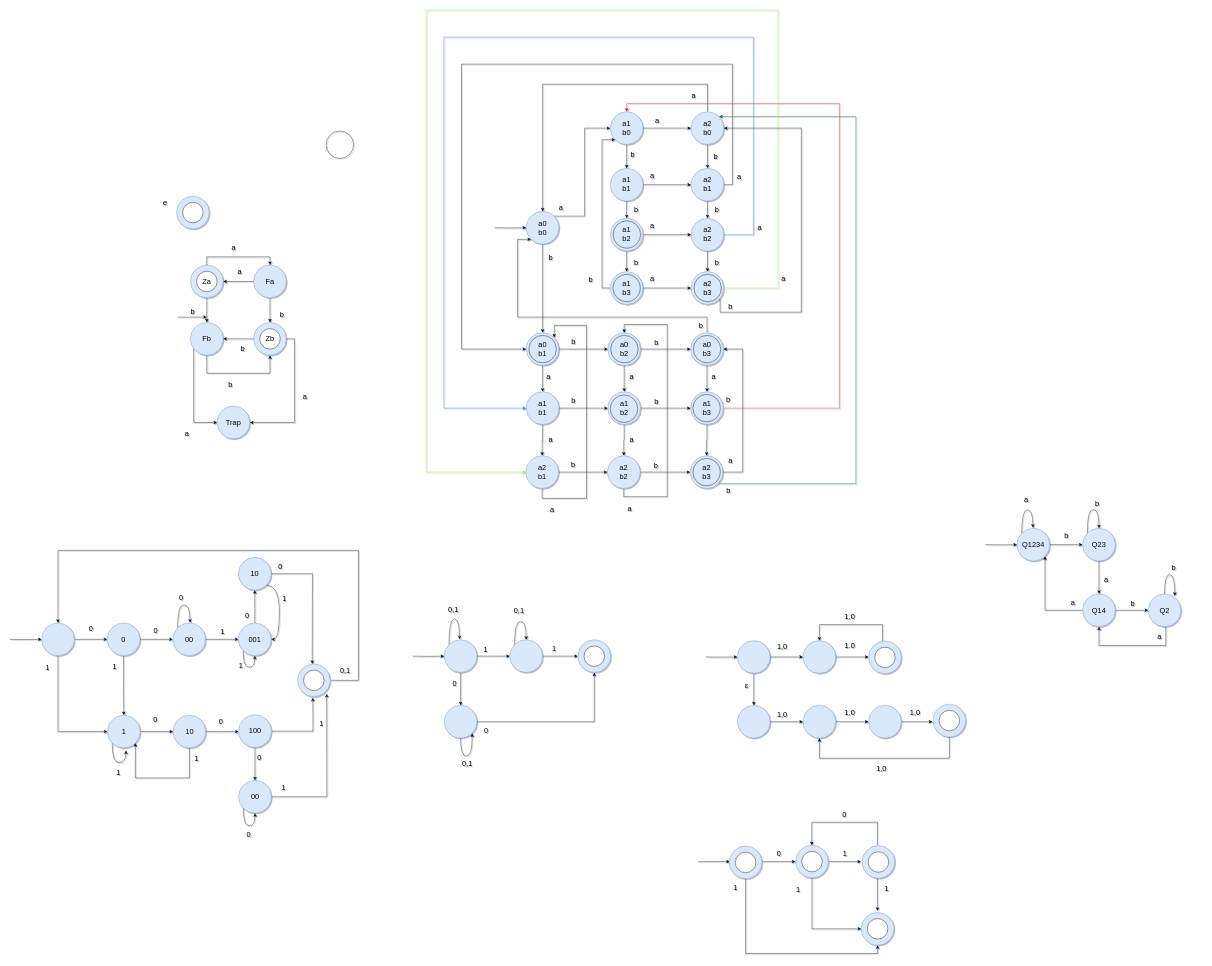
Above: HW2/HW2-P.drawio in mohsenkamini/SBU_FLA (draw.io), before the change. Source tidied: cells renumbered, new cells numbered last; positions are measured from the earlier drawing's top-left corner, leaving out a move shared by most shapes. Both pictures are drawn from the tidied source at 41%, with x=0, y=0 at pixel (10, 10).
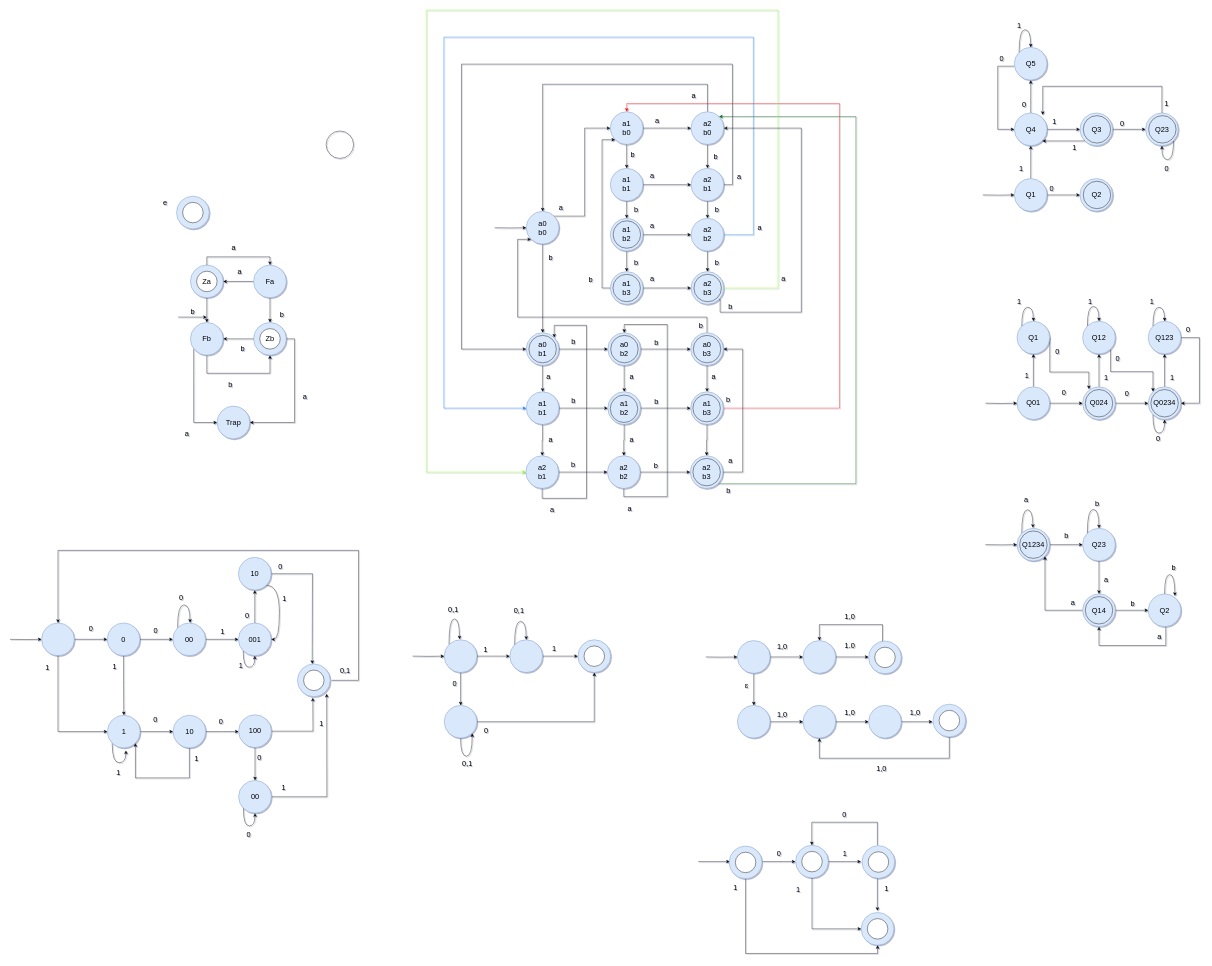
The same page after the edit.

The edit, as a diff of the source:
```diff
@@
+    <mxCell id="278" style="ellipse;whiteSpace=wrap;html=1;align=center;verticalAlign=middle;fontFamily=Helvetica;fontSize=18;fontColor=default;fillColor=none;gradientColor=none;strokeColor=#000000;" parent="1" vertex="1">
+      <mxGeometry x="2462.5" y="1270.5" width="67" height="67" as="geometry" />
+    </mxCell>
+    <mxCell id="279" style="ellipse;whiteSpace=wrap;html=1;align=center;verticalAlign=middle;fontFamily=Helvetica;fontSize=18;fontColor=default;fillColor=none;gradientColor=none;strokeColor=#000000;" parent="1" vertex="1">
+      <mxGeometry x="2622.5" y="1430.5" width="67" height="67" as="geometry" />
+    </mxCell>
+    <mxCell id="280" style="edgeStyle=orthogonalEdgeStyle;rounded=0;jettySize=auto;html=1;" parent="1" edge="1" source="282" target="285">
+      <mxGeometry relative="1" as="geometry" />
+    </mxCell>
+    <mxCell id="281" style="edgeStyle=orthogonalEdgeStyle;rounded=0;jettySize=auto;html=1;fontFamily=Helvetica;fontSize=18;fontColor=default;" parent="1" edge="1" source="282" target="289">
+      <mxGeometry relative="1" as="geometry" />
+    </mxCell>
+    <mxCell id="282" value="Q01" style="ellipse;whiteSpace=wrap;html=1;hachureGap=4;fillColor=#dae8fc;strokeColor=#6c8ebf;rounded=0;fontSize=18;" parent="1" vertex="1">
+      <mxGeometry x="2456" y="919" width="80" height="80" as="geometry" />
+    </mxCell>
+    <mxCell id="283" style="edgeStyle=orthogonalEdgeStyle;rounded=0;jettySize=auto;html=1;fontSize=18;entryX=0;entryY=0.5;entryDx=0;entryDy=0;" parent="1" edge="1" target="282">
+      <mxGeometry relative="1" as="geometry">
+        <mxPoint x="2379" y="959" as="sourcePoint" />
+      </mxGeometry>
+    </mxCell>
+    <mxCell id="284" style="edgeStyle=orthogonalEdgeStyle;rounded=0;jettySize=auto;html=1;exitX=1;exitY=0.5;exitDx=0;exitDy=0;entryX=0.191;entryY=0.069;entryDx=0;entryDy=0;fontFamily=Helvetica;fontSize=18;fontColor=default;entryPerimeter=0;" parent="1" edge="1" source="285" target="289">
+      <mxGeometry relative="1" as="geometry">
+        <Array as="points">
+          <mxPoint x="2536" y="883" />
+          <mxPoint x="2631" y="883" />
+        </Array>
+      </mxGeometry>
+    </mxCell>
+    <mxCell id="285" value="Q1" style="ellipse;whiteSpace=wrap;html=1;fontSize=18;fillColor=#dae8fc;strokeColor=#6c8ebf;hachureGap=4;rounded=0;" parent="1" vertex="1">
+      <mxGeometry x="2456" y="759" width="80" height="80" as="geometry" />
+    </mxCell>
+    <mxCell id="286" value="1" style="text;html=1;align=center;verticalAlign=middle;strokeColor=none;fillColor=none;fontSize=18;" parent="1" vertex="1">
+      <mxGeometry x="2466" y="874" width="28" height="34" as="geometry" />
+    </mxCell>
+    <mxCell id="287" style="edgeStyle=orthogonalEdgeStyle;rounded=0;jettySize=auto;html=1;fontFamily=Helvetica;fontSize=18;fontColor=default;" parent="1" edge="1" source="289" target="295">
+      <mxGeometry relative="1" as="geometry" />
+    </mxCell>
+    <mxCell id="288" style="edgeStyle=orthogonalEdgeStyle;rounded=0;jettySize=auto;html=1;fontFamily=Helvetica;fontSize=18;fontColor=default;" parent="1" edge="1" source="289" target="298">
+      <mxGeometry relative="1" as="geometry" />
+    </mxCell>
+    <mxCell id="289" value="Q024" style="ellipse;whiteSpace=wrap;html=1;fontSize=18;fillColor=#dae8fc;strokeColor=#6c8ebf;hachureGap=4;rounded=0;" parent="1" vertex="1">
+      <mxGeometry x="2616" y="919" width="80" height="80" as="geometry" />
+    </mxCell>
+    <mxCell id="290" value="0" style="text;html=1;align=center;verticalAlign=middle;strokeColor=none;fillColor=none;fontFamily=Helvetica;fontSize=18;fontColor=default;" parent="1" vertex="1">
+      <mxGeometry x="2556" y="917" width="28" height="34" as="geometry" />
+    </mxCell>
+    <mxCell id="291" value="0" style="text;html=1;align=center;verticalAlign=middle;strokeColor=none;fillColor=none;fontFamily=Helvetica;fontSize=18;fontColor=default;" parent="1" vertex="1">
+      <mxGeometry x="2540" y="817" width="28" height="34" as="geometry" />
+    </mxCell>
+    <mxCell id="292" style="edgeStyle=orthogonalEdgeStyle;rounded=0;orthogonalLoop=1;jettySize=auto;html=1;exitX=0;exitY=0;exitDx=0;exitDy=0;entryX=0.5;entryY=0;entryDx=0;entryDy=0;fontFamily=Helvetica;fontSize=18;fontColor=default;curved=1;" parent="1" edge="1" source="285" target="285">
+      <mxGeometry relative="1" as="geometry">
+        <Array as="points">
+          <mxPoint x="2468" y="725" />
+          <mxPoint x="2496" y="725" />
+        </Array>
+      </mxGeometry>
+    </mxCell>
+    <mxCell id="293" value="1" style="text;html=1;align=center;verticalAlign=middle;strokeColor=none;fillColor=none;fontFamily=Helvetica;fontSize=18;fontColor=default;" parent="1" vertex="1">
+      <mxGeometry x="2447" y="695" width="28" height="34" as="geometry" />
+    </mxCell>
+    <mxCell id="294" style="edgeStyle=orthogonalEdgeStyle;rounded=0;jettySize=auto;html=1;fontFamily=Helvetica;fontSize=18;fontColor=default;" parent="1" edge="1" source="295" target="306">
+      <mxGeometry relative="1" as="geometry" />
+    </mxCell>
+    <mxCell id="295" value="Q0234" style="ellipse;whiteSpace=wrap;html=1;fontSize=18;fillColor=#dae8fc;strokeColor=#6c8ebf;hachureGap=4;rounded=0;" parent="1" vertex="1">
+      <mxGeometry x="2776" y="919" width="80" height="80" as="geometry" />
+    </mxCell>
+    <mxCell id="296" value="0" style="text;html=1;align=center;verticalAlign=middle;strokeColor=none;fillColor=none;fontFamily=Helvetica;fontSize=18;fontColor=default;" parent="1" vertex="1">
+      <mxGeometry x="2710" y="920" width="28" height="34" as="geometry" />
+    </mxCell>
+    <mxCell id="297" style="edgeStyle=orthogonalEdgeStyle;rounded=0;jettySize=auto;html=1;exitX=1;exitY=1;exitDx=0;exitDy=0;entryX=0;entryY=0;entryDx=0;entryDy=0;fontFamily=Helvetica;fontSize=18;fontColor=default;" parent="1" edge="1" source="298" target="295">
+      <mxGeometry relative="1" as="geometry">
+        <Array as="points">
+          <mxPoint x="2684" y="882" />
+          <mxPoint x="2788" y="882" />
+        </Array>
+      </mxGeometry>
+    </mxCell>
+    <mxCell id="298" value="Q12" style="ellipse;whiteSpace=wrap;html=1;fontSize=18;fillColor=#dae8fc;strokeColor=#6c8ebf;hachureGap=4;rounded=0;" parent="1" vertex="1">
+      <mxGeometry x="2616" y="759" width="80" height="80" as="geometry" />
+    </mxCell>
+    <mxCell id="299" value="1" style="text;html=1;align=center;verticalAlign=middle;strokeColor=none;fillColor=none;fontFamily=Helvetica;fontSize=18;fontColor=default;" parent="1" vertex="1">
+      <mxGeometry x="2659" y="881" width="28" height="34" as="geometry" />
+    </mxCell>
+    <mxCell id="300" value="0" style="text;html=1;align=center;verticalAlign=middle;strokeColor=none;fillColor=none;fontFamily=Helvetica;fontSize=18;fontColor=default;" parent="1" vertex="1">
+      <mxGeometry x="2687" y="833" width="28" height="34" as="geometry" />
+    </mxCell>
+    <mxCell id="301" style="edgeStyle=orthogonalEdgeStyle;rounded=0;orthogonalLoop=1;jettySize=auto;html=1;exitX=0;exitY=0;exitDx=0;exitDy=0;entryX=0.5;entryY=0;entryDx=0;entryDy=0;fontFamily=Helvetica;fontSize=18;fontColor=default;curved=1;" parent="1" edge="1" source="298" target="298">
+      <mxGeometry relative="1" as="geometry">
+        <Array as="points">
+          <mxPoint x="2628" y="723" />
+          <mxPoint x="2656" y="723" />
+        </Array>
+      </mxGeometry>
+    </mxCell>
+    <mxCell id="302" value="1" style="text;html=1;align=center;verticalAlign=middle;strokeColor=none;fillColor=none;fontFamily=Helvetica;fontSize=18;fontColor=default;" parent="1" vertex="1">
+      <mxGeometry x="2620" y="695" width="28" height="34" as="geometry" />
+    </mxCell>
+    <mxCell id="303" style="edgeStyle=orthogonalEdgeStyle;rounded=0;orthogonalLoop=1;jettySize=auto;html=1;exitX=0;exitY=1;exitDx=0;exitDy=0;entryX=0.5;entryY=1;entryDx=0;entryDy=0;fontFamily=Helvetica;fontSize=18;fontColor=default;curved=1;" parent="1" edge="1" source="295" target="295">
+      <mxGeometry relative="1" as="geometry">
+        <Array as="points">
+          <mxPoint x="2788" y="1032" />
+          <mxPoint x="2816" y="1032" />
+        </Array>
+      </mxGeometry>
+    </mxCell>
+    <mxCell id="304" value="0" style="text;html=1;align=center;verticalAlign=middle;strokeColor=none;fillColor=none;fontFamily=Helvetica;fontSize=18;fontColor=default;" parent="1" vertex="1">
+      <mxGeometry x="2786" y="1029" width="28" height="34" as="geometry" />
+    </mxCell>
+    <mxCell id="305" style="edgeStyle=orthogonalEdgeStyle;rounded=0;jettySize=auto;html=1;entryX=1;entryY=0.5;entryDx=0;entryDy=0;fontFamily=Helvetica;fontSize=18;fontColor=default;" parent="1" edge="1" source="306" target="295">
+      <mxGeometry relative="1" as="geometry">
+        <Array as="points">
+          <mxPoint x="2901" y="799" />
+          <mxPoint x="2901" y="959" />
+        </Array>
+      </mxGeometry>
+    </mxCell>
+    <mxCell id="306" value="Q123" style="ellipse;whiteSpace=wrap;html=1;fontSize=18;fillColor=#dae8fc;strokeColor=#6c8ebf;hachureGap=4;rounded=0;" parent="1" vertex="1">
+      <mxGeometry x="2776" y="759" width="80" height="80" as="geometry" />
+    </mxCell>
+    <mxCell id="307" value="1" style="text;html=1;align=center;verticalAlign=middle;strokeColor=none;fillColor=none;fontFamily=Helvetica;fontSize=18;fontColor=default;" parent="1" vertex="1">
+      <mxGeometry x="2820" y="881" width="28" height="34" as="geometry" />
+    </mxCell>
+    <mxCell id="308" value="0" style="text;html=1;align=center;verticalAlign=middle;strokeColor=none;fillColor=none;fontFamily=Helvetica;fontSize=18;fontColor=default;" parent="1" vertex="1">
+      <mxGeometry x="2859" y="762" width="28" height="34" as="geometry" />
+    </mxCell>
+    <mxCell id="309" style="edgeStyle=orthogonalEdgeStyle;rounded=0;orthogonalLoop=1;jettySize=auto;html=1;exitX=0;exitY=0;exitDx=0;exitDy=0;entryX=0.5;entryY=0;entryDx=0;entryDy=0;fontFamily=Helvetica;fontSize=18;fontColor=default;curved=1;" parent="1" edge="1" source="306" target="306">
+      <mxGeometry relative="1" as="geometry">
+        <Array as="points">
+          <mxPoint x="2788" y="725" />
+          <mxPoint x="2816" y="725" />
+        </Array>
+      </mxGeometry>
+    </mxCell>
+    <mxCell id="310" value="1" style="text;html=1;align=center;verticalAlign=middle;strokeColor=none;fillColor=none;fontFamily=Helvetica;fontSize=18;fontColor=default;" parent="1" vertex="1">
+      <mxGeometry x="2771" y="695" width="28" height="34" as="geometry" />
+    </mxCell>
+    <mxCell id="311" style="ellipse;whiteSpace=wrap;html=1;align=center;verticalAlign=middle;fontFamily=Helvetica;fontSize=18;fontColor=default;fillColor=none;gradientColor=none;strokeColor=#000000;" parent="1" vertex="1">
+      <mxGeometry x="2622.5" y="925.5" width="67" height="67" as="geometry" />
+    </mxCell>
+    <mxCell id="312" style="ellipse;whiteSpace=wrap;html=1;align=center;verticalAlign=middle;fontFamily=Helvetica;fontSize=18;fontColor=default;fillColor=none;gradientColor=none;strokeColor=#000000;" parent="1" vertex="1">
+      <mxGeometry x="2782.5" y="925.5" width="67" height="67" as="geometry" />
+    </mxCell>
+    <mxCell id="313" style="edgeStyle=orthogonalEdgeStyle;rounded=0;jettySize=auto;html=1;fontFamily=Helvetica;fontSize=18;fontColor=default;" parent="1" edge="1" source="315" target="319">
+      <mxGeometry relative="1" as="geometry" />
+    </mxCell>
+    <mxCell id="314" style="edgeStyle=orthogonalEdgeStyle;rounded=0;jettySize=auto;html=1;fontFamily=Helvetica;fontSize=18;fontColor=default;" parent="1" edge="1" source="315" target="321">
+      <mxGeometry relative="1" as="geometry" />
+    </mxCell>
+    <mxCell id="315" value="Q1" style="ellipse;whiteSpace=wrap;html=1;hachureGap=4;fillColor=#dae8fc;strokeColor=#6c8ebf;rounded=0;fontSize=18;" parent="1" vertex="1">
+      <mxGeometry x="2449.5" y="411" width="80" height="80" as="geometry" />
+    </mxCell>
+    <mxCell id="316" style="edgeStyle=orthogonalEdgeStyle;rounded=0;jettySize=auto;html=1;fontSize=18;entryX=0;entryY=0.5;entryDx=0;entryDy=0;" parent="1" edge="1" target="315">
+      <mxGeometry relative="1" as="geometry">
+        <mxPoint x="2372.5" y="451" as="sourcePoint" />
+      </mxGeometry>
+    </mxCell>
+    <mxCell id="317" style="edgeStyle=orthogonalEdgeStyle;rounded=0;jettySize=auto;html=1;fontFamily=Helvetica;fontSize=18;fontColor=default;" parent="1" edge="1" source="319" target="324">
+      <mxGeometry relative="1" as="geometry" />
+    </mxCell>
+    <mxCell id="318" style="edgeStyle=orthogonalEdgeStyle;rounded=0;jettySize=auto;html=1;fontFamily=Helvetica;fontSize=18;fontColor=default;" parent="1" edge="1" source="319" target="327">
+      <mxGeometry relative="1" as="geometry" />
+    </mxCell>
+    <mxCell id="319" value="Q4" style="ellipse;whiteSpace=wrap;html=1;fontSize=18;fillColor=#dae8fc;strokeColor=#6c8ebf;hachureGap=4;rounded=0;" parent="1" vertex="1">
+      <mxGeometry x="2449.5" y="251" width="80" height="80" as="geometry" />
+    </mxCell>
+    <mxCell id="320" value="1" style="text;html=1;align=center;verticalAlign=middle;strokeColor=none;fillColor=none;fontFamily=Helvetica;fontSize=18;fontColor=default;" parent="1" vertex="1">
+      <mxGeometry x="2452" y="371" width="28" height="34" as="geometry" />
+    </mxCell>
+    <mxCell id="321" value="Q2" style="ellipse;whiteSpace=wrap;html=1;fontSize=18;fillColor=#dae8fc;strokeColor=#6c8ebf;hachureGap=4;rounded=0;" parent="1" vertex="1">
+      <mxGeometry x="2609.5" y="411" width="80" height="80" as="geometry" />
+    </mxCell>
+    <mxCell id="322" value="0" style="text;html=1;align=center;verticalAlign=middle;strokeColor=none;fillColor=none;fontFamily=Helvetica;fontSize=18;fontColor=default;" parent="1" vertex="1">
+      <mxGeometry x="2526" y="419" width="28" height="34" as="geometry" />
+    </mxCell>
+    <mxCell id="323" style="edgeStyle=orthogonalEdgeStyle;rounded=0;jettySize=auto;html=1;fontFamily=Helvetica;fontSize=18;fontColor=default;" parent="1" edge="1" source="324" target="331">
+      <mxGeometry relative="1" as="geometry" />
+    </mxCell>
+    <mxCell id="324" value="Q3" style="ellipse;whiteSpace=wrap;html=1;fontSize=18;fillColor=#dae8fc;strokeColor=#6c8ebf;hachureGap=4;rounded=0;" parent="1" vertex="1">
+      <mxGeometry x="2609.5" y="251" width="80" height="80" as="geometry" />
+    </mxCell>
+    <mxCell id="325" value="1" style="text;html=1;align=center;verticalAlign=middle;strokeColor=none;fillColor=none;fontFamily=Helvetica;fontSize=18;fontColor=default;" parent="1" vertex="1">
+      <mxGeometry x="2533" y="256" width="28" height="34" as="geometry" />
+    </mxCell>
+    <mxCell id="326" style="edgeStyle=orthogonalEdgeStyle;rounded=0;jettySize=auto;html=1;entryX=0;entryY=0.5;entryDx=0;entryDy=0;fontFamily=Helvetica;fontSize=18;fontColor=default;" parent="1" edge="1" source="327" target="319">
+      <mxGeometry relative="1" as="geometry">
+        <Array as="points">
+          <mxPoint x="2409" y="137" />
+          <mxPoint x="2409" y="291" />
+        </Array>
+      </mxGeometry>
+    </mxCell>
+    <mxCell id="327" value="Q5" style="ellipse;whiteSpace=wrap;html=1;fontSize=18;fillColor=#dae8fc;strokeColor=#6c8ebf;hachureGap=4;rounded=0;" parent="1" vertex="1">
+      <mxGeometry x="2449.5" y="91" width="80" height="80" as="geometry" />
+    </mxCell>
+    <mxCell id="328" value="0" style="text;html=1;align=center;verticalAlign=middle;strokeColor=none;fillColor=none;fontFamily=Helvetica;fontSize=18;fontColor=default;" parent="1" vertex="1">
+      <mxGeometry x="2459" y="215" width="28" height="34" as="geometry" />
+    </mxCell>
+    <mxCell id="329" style="edgeStyle=orthogonalEdgeStyle;rounded=0;jettySize=auto;html=1;exitX=0;exitY=1;exitDx=0;exitDy=0;entryX=1;entryY=1;entryDx=0;entryDy=0;fontFamily=Helvetica;fontSize=18;fontColor=default;" parent="1" edge="1" source="324" target="319">
+      <mxGeometry relative="1" as="geometry" />
+    </mxCell>
+    <mxCell id="330" value="1" style="text;html=1;align=center;verticalAlign=middle;strokeColor=none;fillColor=none;fontFamily=Helvetica;fontSize=18;fontColor=default;" parent="1" vertex="1">
+      <mxGeometry x="2581.5" y="320" width="28" height="34" as="geometry" />
+    </mxCell>
+    <mxCell id="331" value="Q23" style="ellipse;whiteSpace=wrap;html=1;fontSize=18;fillColor=#dae8fc;strokeColor=#6c8ebf;hachureGap=4;rounded=0;" parent="1" vertex="1">
+      <mxGeometry x="2769.5" y="251" width="80" height="80" as="geometry" />
+    </mxCell>
+    <mxCell id="332" value="0" style="text;html=1;align=center;verticalAlign=middle;strokeColor=none;fillColor=none;fontFamily=Helvetica;fontSize=18;fontColor=default;" parent="1" vertex="1">
+      <mxGeometry x="2698" y="261" width="28" height="34" as="geometry" />
+    </mxCell>
+    <mxCell id="333" style="edgeStyle=orthogonalEdgeStyle;rounded=0;orthogonalLoop=1;jettySize=auto;html=1;exitX=0;exitY=0;exitDx=0;exitDy=0;entryX=0.5;entryY=0;entryDx=0;entryDy=0;fontFamily=Helvetica;fontSize=18;fontColor=default;curved=1;" parent="1" edge="1" source="327" target="327">
+      <mxGeometry relative="1" as="geometry">
+        <Array as="points">
+          <mxPoint x="2461" y="48" />
+          <mxPoint x="2490" y="48" />
+        </Array>
+      </mxGeometry>
+    </mxCell>
+    <mxCell id="334" value="1" style="text;html=1;align=center;verticalAlign=middle;strokeColor=none;fillColor=none;fontFamily=Helvetica;fontSize=18;fontColor=default;" parent="1" vertex="1">
+      <mxGeometry x="2447" y="22" width="28" height="34" as="geometry" />
+    </mxCell>
+    <mxCell id="335" value="0" style="text;html=1;align=center;verticalAlign=middle;strokeColor=none;fillColor=none;fontFamily=Helvetica;fontSize=18;fontColor=default;" parent="1" vertex="1">
+      <mxGeometry x="2404" y="102" width="28" height="34" as="geometry" />
+    </mxCell>
+    <mxCell id="336" style="edgeStyle=orthogonalEdgeStyle;rounded=0;jettySize=auto;html=1;entryX=0.866;entryY=0.06;entryDx=0;entryDy=0;entryPerimeter=0;fontFamily=Helvetica;fontSize=18;fontColor=default;" parent="1" edge="1" source="331" target="319">
+      <mxGeometry relative="1" as="geometry">
+        <Array as="points">
+          <mxPoint x="2810" y="186" />
+          <mxPoint x="2519" y="186" />
+        </Array>
+      </mxGeometry>
+    </mxCell>
+    <mxCell id="337" value="1" style="text;html=1;align=center;verticalAlign=middle;strokeColor=none;fillColor=none;fontFamily=Helvetica;fontSize=18;fontColor=default;" parent="1" vertex="1">
+      <mxGeometry x="2807" y="211" width="28" height="34" as="geometry" />
+    </mxCell>
+    <mxCell id="338" style="edgeStyle=orthogonalEdgeStyle;rounded=0;orthogonalLoop=1;jettySize=auto;html=1;exitX=1;exitY=1;exitDx=0;exitDy=0;entryX=0.5;entryY=1;entryDx=0;entryDy=0;fontFamily=Helvetica;fontSize=18;fontColor=default;curved=1;" parent="1" edge="1" source="331" target="331">
+      <mxGeometry relative="1" as="geometry">
+        <Array as="points">
+          <mxPoint x="2838" y="365" />
+          <mxPoint x="2810" y="365" />
+        </Array>
+      </mxGeometry>
+    </mxCell>
+    <mxCell id="339" value="0" style="text;html=1;align=center;verticalAlign=middle;strokeColor=none;fillColor=none;fontFamily=Helvetica;fontSize=18;fontColor=default;" parent="1" vertex="1">
+      <mxGeometry x="2807" y="369" width="28" height="34" as="geometry" />
+    </mxCell>
+    <mxCell id="340" style="ellipse;whiteSpace=wrap;html=1;align=center;verticalAlign=middle;fontFamily=Helvetica;fontSize=18;fontColor=default;fillColor=none;gradientColor=none;strokeColor=#000000;" parent="1" vertex="1">
+      <mxGeometry x="2617.5" y="417.5" width="67" height="67" as="geometry" />
+    </mxCell>
+    <mxCell id="341" style="ellipse;whiteSpace=wrap;html=1;align=center;verticalAlign=middle;fontFamily=Helvetica;fontSize=18;fontColor=default;fillColor=none;gradientColor=none;strokeColor=#000000;" parent="1" vertex="1">
+      <mxGeometry x="2617.5" y="257.5" width="67" height="67" as="geometry" />
+    </mxCell>
+    <mxCell id="342" style="ellipse;whiteSpace=wrap;html=1;align=center;verticalAlign=middle;fontFamily=Helvetica;fontSize=18;fontColor=default;fillColor=none;gradientColor=none;strokeColor=#000000;" parent="1" vertex="1">
+      <mxGeometry x="2777" y="257.5" width="67" height="67" as="geometry" />
+    </mxCell>
```
